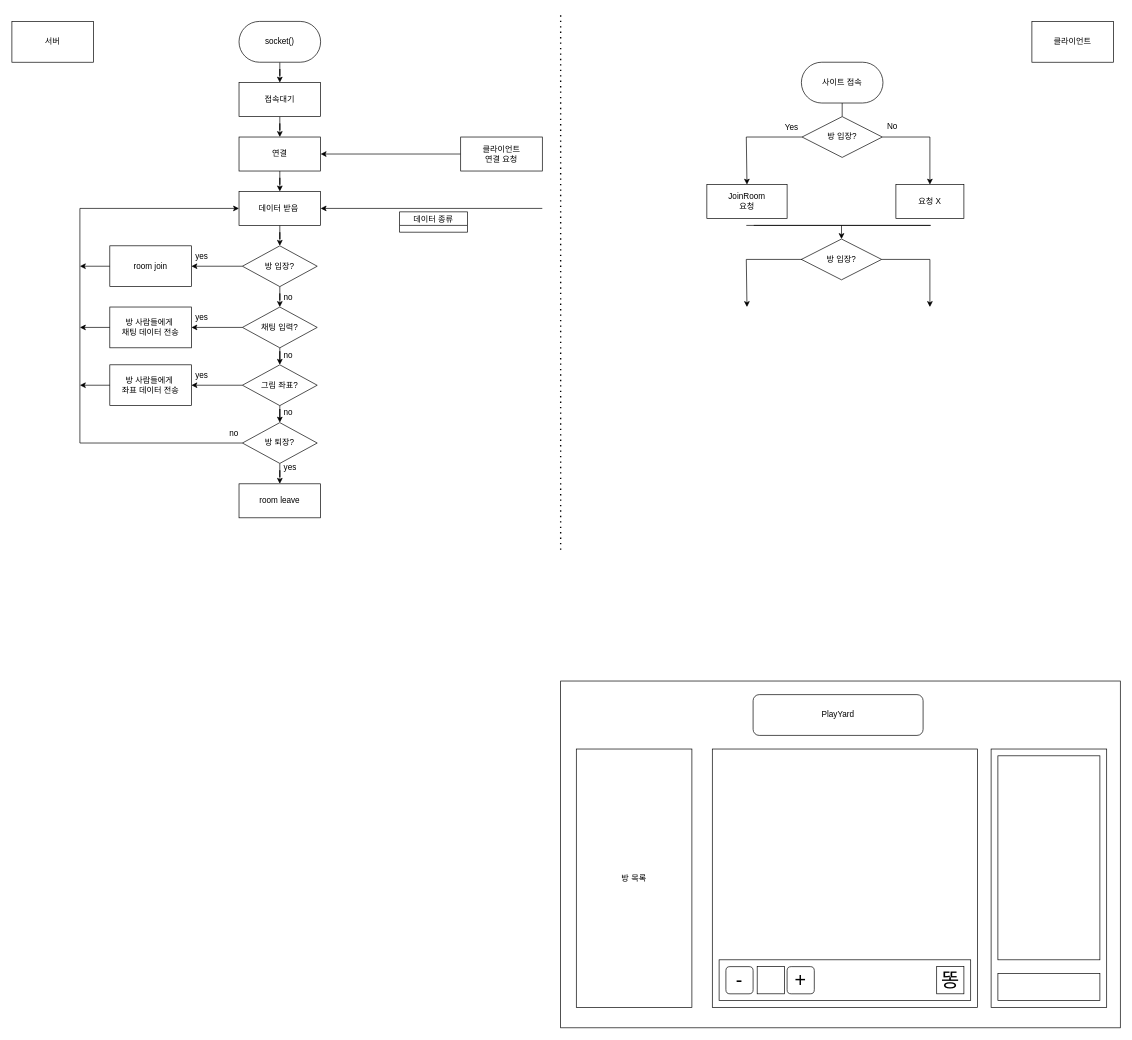
Before: Untitled Diagram.drawio in riulwoo/playyard, a draw.io diagram. Source tidied: cells renumbered, new cells numbered last; positions are measured from the earlier drawing's top-left corner, leaving out a move shared by most shapes. Both pictures are drawn from the tidied source at 68%, with x=0, y=0 at pixel (12, 12).
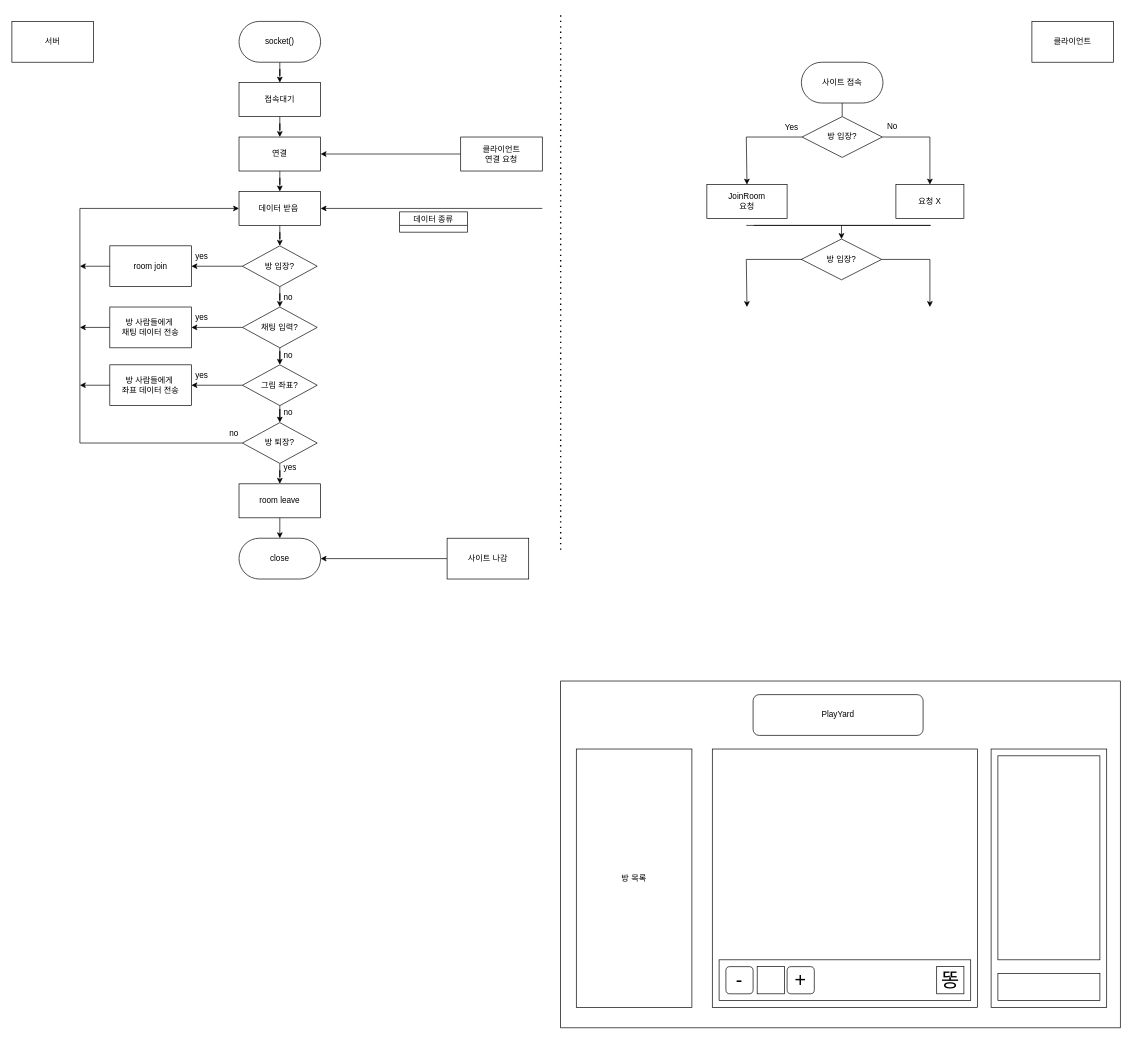
The same diagram, later.

Unchanged cells that the change refers to:
```xml
<mxCell id="60" value="room leave" style="whiteSpace=wrap;html=1;rounded=1;arcSize=0;" parent="1" vertex="1">
  <mxGeometry x="334" y="693" width="120" height="50" as="geometry" />
</mxCell>
```

Diff of the diagram source:
```diff
@@
+    <mxCell id="71" value="close" style="rounded=1;whiteSpace=wrap;html=1;arcSize=50;" parent="1" vertex="1">
+      <mxGeometry x="334" y="773" width="120" height="60" as="geometry" />
+    </mxCell>
+    <mxCell id="72" style="endArrow=classic;html=1;rounded=0;exitX=0.5;exitY=1;exitDx=0;exitDy=0;entryX=0.5;entryY=0;entryDx=0;entryDy=0;" parent="1" edge="1" source="60" target="71">
+      <mxGeometry relative="1" as="geometry" />
+    </mxCell>
+    <mxCell id="73" style="endArrow=classic;html=1;rounded=0;entryX=1;entryY=0.5;entryDx=0;entryDy=0;" parent="1" edge="1" target="71">
+      <mxGeometry relative="1" as="geometry">
+        <mxPoint x="640" y="803" as="sourcePoint" />
+      </mxGeometry>
+    </mxCell>
+    <mxCell id="74" value="사이트 나감" style="rounded=0;whiteSpace=wrap;html=1;" parent="1" vertex="1">
+      <mxGeometry x="640" y="773" width="120" height="60" as="geometry" />
+    </mxCell>
```
